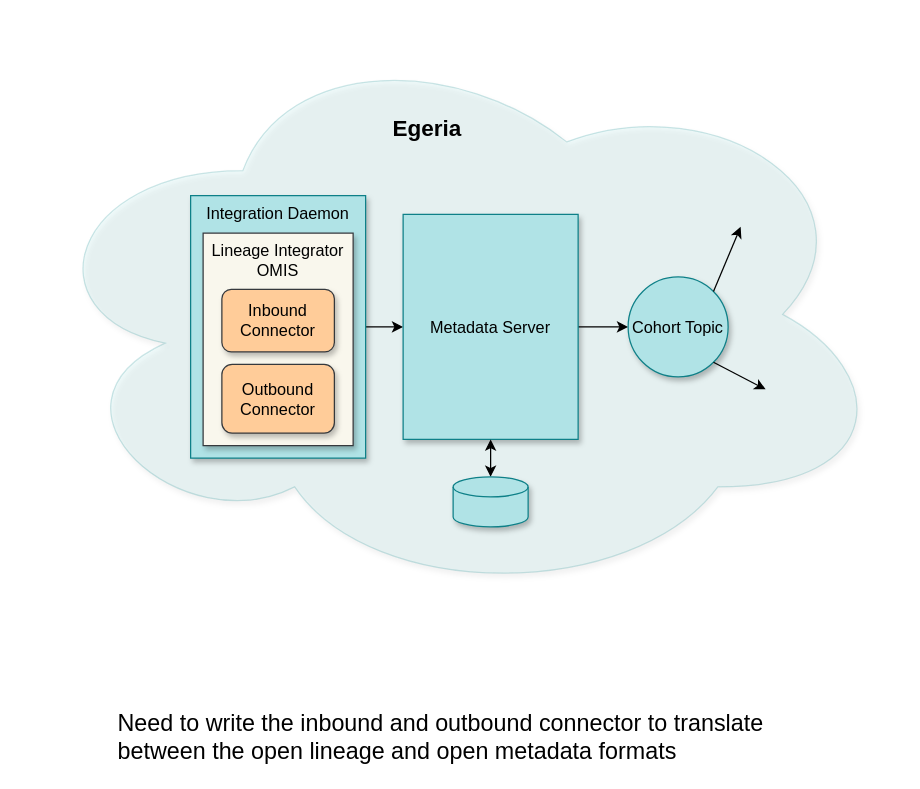
The draw.io diagram page "implementation" (2 of 2) of open-metadata-publication/website/lineage/open-lineage.drawio in odpi/egeria, before the edit. Source tidied: cells renumbered, new cells numbered last; positions are measured from the earlier drawing's top-left corner, leaving out a move shared by most shapes. Both pictures are drawn from the tidied source at 125%, with x=0, y=0 at pixel (26, 26).
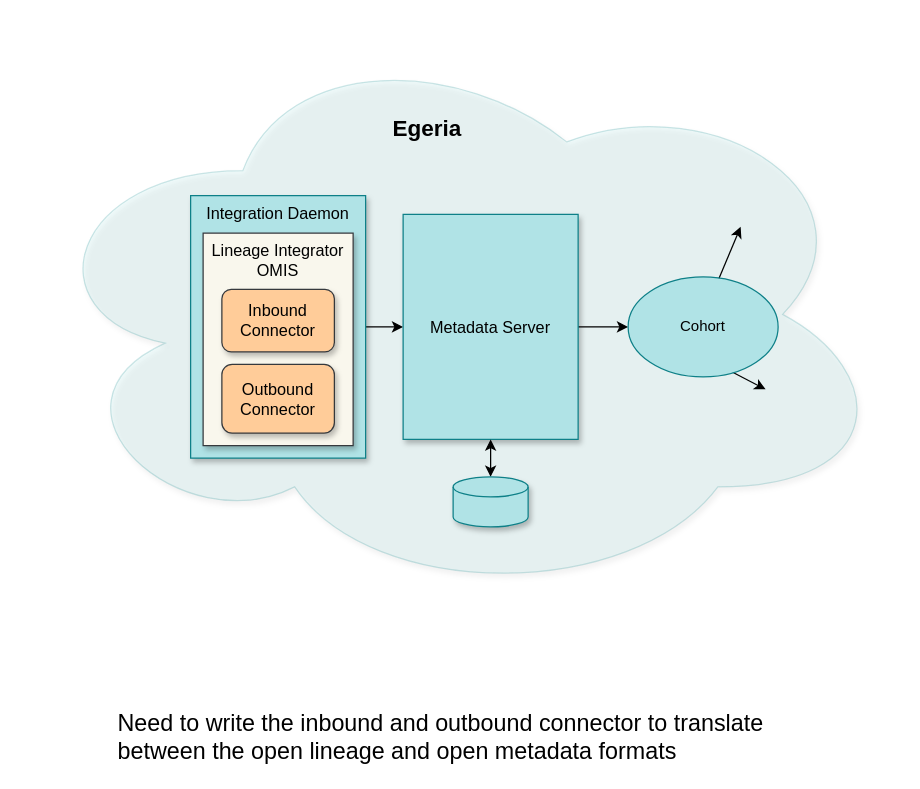
The same diagram, later.

Change to the diagram source:
```diff
@@
 <mxGraphModel>
   <root>
     <mxCell id="0" />
     <mxCell id="1" parent="0" />
     <mxCell id="2" value="&lt;br&gt;&lt;br&gt;&lt;br&gt;Egeria&amp;nbsp; &amp;nbsp; &amp;nbsp; &amp;nbsp; &amp;nbsp;&amp;nbsp;" style="ellipse;shape=cloud;whiteSpace=wrap;html=1;fontStyle=1;fontSize=18;fillColor=#b0e3e6;strokeColor=#0e8088;shadow=1;verticalAlign=top;opacity=20;" parent="1" vertex="1">
       <mxGeometry width="691" height="460" as="geometry" />
     </mxCell>
     <mxCell id="3" style="edgeStyle=none;rounded=0;jettySize=auto;html=1;entryX=0;entryY=0.5;entryDx=0;entryDy=0;fontSize=13;" parent="1" edge="1" source="4" target="6">
       <mxGeometry relative="1" as="geometry" />
     </mxCell>
     <mxCell id="4" value="Integration Daemon" style="rounded=0;whiteSpace=wrap;html=1;shadow=1;fontSize=13;verticalAlign=top;fillColor=#b0e3e6;strokeColor=#0e8088;" parent="1" vertex="1">
       <mxGeometry x="131" y="135" width="140" height="210" as="geometry" />
     </mxCell>
-    <mxCell id="5" style="edgeStyle=none;rounded=0;jettySize=auto;html=1;exitX=1;exitY=0.5;exitDx=0;exitDy=0;entryX=0;entryY=0.5;entryDx=0;entryDy=0;fontSize=13;" parent="1" edge="1" source="6" target="7">
-      <mxGeometry relative="1" as="geometry" />
+    <mxCell id="5" style="edgeStyle=none;rounded=0;jettySize=auto;html=1;exitX=1;exitY=0.5;exitDx=0;exitDy=0;entryX=0;entryY=0.5;entryDx=0;entryDy=0;fontSize=13;" parent="1" edge="1" source="6">
+      <mxGeometry relative="1" as="geometry">
+        <mxPoint x="481" y="240" as="targetPoint" />
+      </mxGeometry>
     </mxCell>
     <mxCell id="6" value="Metadata Server" style="rounded=0;whiteSpace=wrap;html=1;shadow=1;fontSize=13;fillColor=#b0e3e6;strokeColor=#0e8088;" parent="1" vertex="1">
       <mxGeometry x="301" y="150" width="140" height="180" as="geometry" />
     </mxCell>
-    <mxCell id="7" value="Cohort Topic" style="ellipse;whiteSpace=wrap;html=1;shadow=1;fontSize=13;fillColor=#b0e3e6;strokeColor=#0e8088;" parent="1" vertex="1">
-      <mxGeometry x="481" y="200" width="80" height="80" as="geometry" />
-    </mxCell>
-    <mxCell id="8" style="endArrow=classic;html=1;fontSize=13;exitX=1;exitY=1;exitDx=0;exitDy=0;" parent="1" edge="1" source="7">
+    <mxCell id="8" style="endArrow=classic;html=1;fontSize=13;exitX=1;exitY=1;exitDx=0;exitDy=0;" parent="1" edge="1">
       <mxGeometry relative="1" as="geometry">
+        <mxPoint x="549.3" y="268.3" as="sourcePoint" />
         <mxPoint x="591" y="290" as="targetPoint" />
       </mxGeometry>
     </mxCell>
-    <mxCell id="9" style="endArrow=classic;html=1;fontSize=13;exitX=1;exitY=0;exitDx=0;exitDy=0;" parent="1" edge="1" source="7">
+    <mxCell id="9" style="endArrow=classic;html=1;fontSize=13;exitX=1;exitY=0;exitDx=0;exitDy=0;" parent="1" edge="1">
       <mxGeometry relative="1" as="geometry">
+        <mxPoint x="549.3" y="211.7" as="sourcePoint" />
         <mxPoint x="571" y="160" as="targetPoint" />
         <Array as="points">
           <mxPoint x="571" y="160" />
         </Array>
       </mxGeometry>
     </mxCell>
     <mxCell id="10" value="Lineage Integrator OMIS" style="rounded=0;whiteSpace=wrap;html=1;shadow=1;fontSize=13;verticalAlign=top;fillColor=#f9f7ed;strokeColor=#36393d;" parent="1" vertex="1">
       <mxGeometry x="141" y="165" width="120" height="170" as="geometry" />
     </mxCell>
     <mxCell id="11" value="Outbound Connector" style="rounded=1;whiteSpace=wrap;html=1;shadow=1;fontSize=13;fillColor=#ffcc99;strokeColor=#36393d;" parent="1" vertex="1">
       <mxGeometry x="156" y="270" width="90" height="55" as="geometry" />
     </mxCell>
     <mxCell id="12" value="Inbound&lt;br&gt;Connector" style="rounded=1;whiteSpace=wrap;html=1;shadow=1;fontSize=13;fillColor=#ffcc99;strokeColor=#36393d;" parent="1" vertex="1">
       <mxGeometry x="156" y="210" width="90" height="50" as="geometry" />
     </mxCell>
     <mxCell id="13" style="edgeStyle=none;rounded=0;jettySize=auto;html=1;entryX=0.5;entryY=1;entryDx=0;entryDy=0;fontSize=13;startArrow=classic;startFill=1;" parent="1" edge="1" source="14" target="6">
       <mxGeometry relative="1" as="geometry" />
     </mxCell>
     <mxCell id="14" style="shape=cylinder3;whiteSpace=wrap;html=1;boundedLbl=1;backgroundOutline=1;size=8;shadow=1;fontSize=13;fillColor=#b0e3e6;strokeColor=#0e8088;" parent="1" vertex="1">
       <mxGeometry x="341" y="360" width="60" height="40" as="geometry" />
     </mxCell>
     <mxCell id="15" value="&lt;span style=&quot;font-size: 14pt; font-family: arial; color: rgb(0, 0, 0); background-color: transparent; font-weight: 400; font-style: normal; font-variant: normal; text-decoration: none; vertical-align: baseline;&quot; id=&quot;docs-internal-guid-3f848dee-7fff-44e8-faf2-d57c91bc283f&quot;&gt;Need to write the inbound and outbound connector to translate between the open lineage and open metadata formats&lt;/span&gt;" style="text;whiteSpace=wrap;html=1;fontSize=13;" parent="1" vertex="1">
       <mxGeometry x="70.5" y="540" width="550" height="50" as="geometry" />
     </mxCell>
+    <mxCell id="16" value="Cohort" style="ellipse;whiteSpace=wrap;html=1;fillColor=#b0e3e6;strokeColor=#0e8088;" parent="1" vertex="1">
+      <mxGeometry x="481" y="200" width="120" height="80" as="geometry" />
+    </mxCell>
   </root>
 </mxGraphModel>
```
